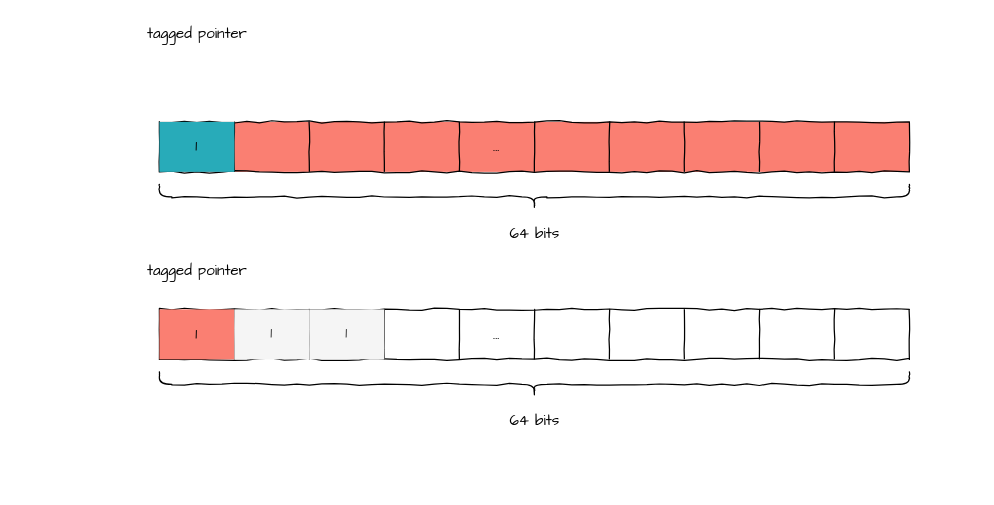
Earlier version of the draw.io diagram tagged_pointer.drawio (silan-liu/drawio). Source tidied: cells renumbered, new cells numbered last; positions are measured from the earlier drawing's top-left corner, leaving out a move shared by most shapes. Both pictures are drawn from the tidied source at 125%, with x=0, y=0 at pixel (134, 21).
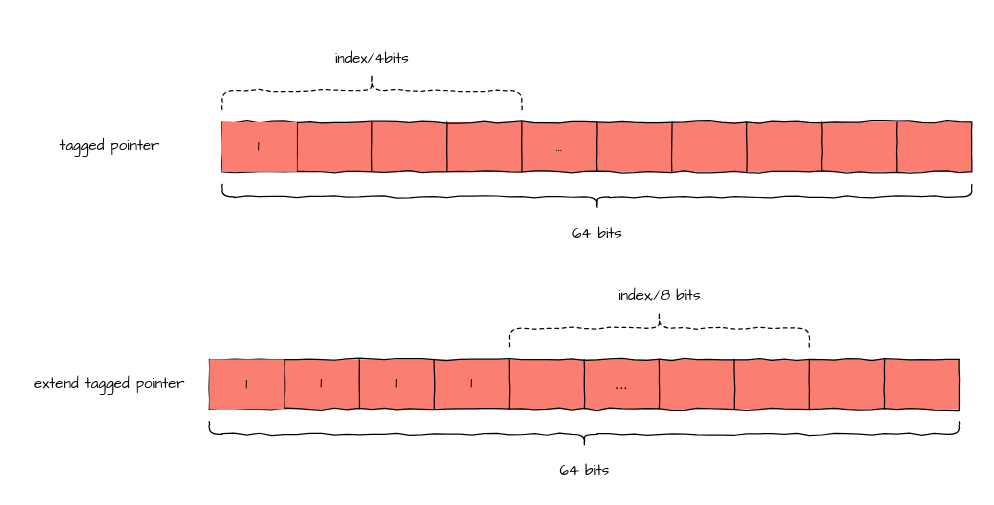
The same page after the edit.

Unchanged cells that the change refers to:
```xml
<mxCell id="3" style="shape=partialRectangle;html=1;whiteSpace=wrap;fillColor=none;top=0;left=0;bottom=0;right=0;" parent="2" vertex="1">
  <mxGeometry width="600" height="40" as="geometry" />
</mxCell>
```

Change to the diagram source:
```diff
@@
     <mxCell id="2" style="shape=table;html=1;whiteSpace=wrap;startSize=0;childLayout=tableLayout;comic=1;fontFamily=Architects Daughter;fillColor=#FA7F72;" parent="1" vertex="1">
-      <mxGeometry x="20" y="80" width="600" height="40" as="geometry" />
+      <mxGeometry x="70" y="80" width="600" height="40" as="geometry" />
     </mxCell>
@@
-    <mxCell id="4" value="&lt;font face=&quot;Architects Daughter&quot;&gt;1&lt;/font&gt;" style="shape=partialRectangle;html=1;whiteSpace=wrap;overflow=hidden;top=0;left=0;bottom=0;right=0;fixDash=0;fillColor=#28ABB9;" parent="3" vertex="1">
+    <mxCell id="4" value="&lt;font face=&quot;Architects Daughter&quot;&gt;1&lt;/font&gt;" style="shape=partialRectangle;html=1;whiteSpace=wrap;overflow=hidden;top=0;left=0;bottom=0;right=0;fillColor=#FA7F72;fixDash=0;" parent="3" vertex="1">
       <mxGeometry width="60" height="40" as="geometry" />
     </mxCell>
@@
     <mxCell id="14" value="tagged pointer" style="text;html=1;align=center;verticalAlign=middle;fontFamily=Architects Daughter;" parent="1" vertex="1">
-      <mxGeometry width="100" height="20" as="geometry" />
+      <mxGeometry x="-70" y="90" width="100" height="20" as="geometry" />
     </mxCell>
     <mxCell id="15" style="shape=curlyBracket;whiteSpace=wrap;html=1;rounded=1;comic=1;fillColor=#FA7F72;fontFamily=Architects Daughter;direction=north;" parent="1" vertex="1">
-      <mxGeometry x="20" y="130" width="600" height="20" as="geometry" />
+      <mxGeometry x="70" y="130" width="600" height="20" as="geometry" />
     </mxCell>
     <mxCell id="16" value="64 bits" style="text;html=1;align=center;verticalAlign=middle;fontFamily=Architects Daughter;" parent="1" vertex="1">
-      <mxGeometry x="290" y="160" width="60" height="20" as="geometry" />
+      <mxGeometry x="340" y="160" width="60" height="20" as="geometry" />
     </mxCell>
-    <mxCell id="17" style="shape=table;html=1;whiteSpace=wrap;startSize=0;childLayout=tableLayout;comic=1;fontFamily=Architects Daughter;" parent="1" vertex="1">
-      <mxGeometry x="20" y="230" width="600" height="40" as="geometry" />
-    </mxCell>
+    <mxCell id="29" value="extend tagged pointer" style="text;html=1;align=center;verticalAlign=middle;fontFamily=Architects Daughter;" parent="1" vertex="1">
+      <mxGeometry x="-90" y="280" width="140" height="20" as="geometry" />
+    </mxCell>
+    <mxCell id="32" style="shape=curlyBracket;whiteSpace=wrap;html=1;rounded=1;dashed=1;comic=1;fillColor=#28ABB9;fontFamily=Architects Daughter;direction=south;" parent="1" vertex="1">
+      <mxGeometry x="70" y="40" width="240" height="30" as="geometry" />
+    </mxCell>
+    <mxCell id="33" value="index/4bits" style="text;html=1;align=center;verticalAlign=middle;fontFamily=Architects Daughter;" parent="1" vertex="1">
+      <mxGeometry x="155" y="20" width="70" height="20" as="geometry" />
+    </mxCell>
+    <mxCell id="34" style="shape=table;html=1;whiteSpace=wrap;startSize=0;childLayout=tableLayout;comic=1;fontFamily=Architects Daughter;fillColor=#FA7F72;" parent="1" vertex="1">
+      <mxGeometry x="60" y="270" width="600" height="40" as="geometry" />
+    </mxCell>
-    <mxCell id="18" style="shape=partialRectangle;html=1;whiteSpace=wrap;fillColor=none;top=0;left=0;bottom=0;right=0;" parent="17" vertex="1">
+    <mxCell id="18" style="shape=partialRectangle;html=1;whiteSpace=wrap;fillColor=none;top=0;left=0;bottom=0;right=0;" parent="34" vertex="1">
       <mxGeometry width="600" height="40" as="geometry" />
     </mxCell>
@@
-    <mxCell id="20" value="1" style="shape=partialRectangle;html=1;whiteSpace=wrap;overflow=hidden;top=0;left=0;bottom=0;right=0;fontFamily=Architects Daughter;fillColor=#f5f5f5;comic=1;strokeColor=#666666;fontColor=#333333;" parent="18" vertex="1">
-      <mxGeometry x="60" width="60" height="40" as="geometry" />
-    </mxCell>
-    <mxCell id="21" value="1" style="shape=partialRectangle;html=1;whiteSpace=wrap;overflow=hidden;fillColor=#f5f5f5;top=0;left=0;bottom=0;right=0;fontFamily=Architects Daughter;strokeColor=#666666;fontColor=#333333;" parent="18" vertex="1">
-      <mxGeometry x="120" width="60" height="40" as="geometry" />
-    </mxCell>
-    <mxCell id="22" style="shape=partialRectangle;html=1;whiteSpace=wrap;overflow=hidden;fillColor=none;top=0;left=0;bottom=0;right=0;fontFamily=Architects Daughter;" parent="18" vertex="1">
-      <mxGeometry x="180" width="60" height="40" as="geometry" />
-    </mxCell>
+    <mxCell id="35" value="1" style="shape=partialRectangle;html=1;whiteSpace=wrap;overflow=hidden;fillColor=none;top=0;left=0;bottom=0;right=0;fontFamily=Architects Daughter;" parent="18" vertex="1">
+      <mxGeometry x="60" width="60" height="40" as="geometry" />
+    </mxCell>
+    <mxCell id="36" value="1" style="shape=partialRectangle;html=1;whiteSpace=wrap;overflow=hidden;fillColor=none;top=0;left=0;bottom=0;right=0;fontFamily=Architects Daughter;" parent="18" vertex="1">
+      <mxGeometry x="120" width="60" height="40" as="geometry" />
+    </mxCell>
+    <mxCell id="37" value="1" style="shape=partialRectangle;html=1;whiteSpace=wrap;overflow=hidden;fillColor=none;top=0;left=0;bottom=0;right=0;fontFamily=Architects Daughter;" parent="18" vertex="1">
+      <mxGeometry x="180" width="60" height="40" as="geometry" />
+    </mxCell>
+    <mxCell id="38" style="shape=partialRectangle;html=1;whiteSpace=wrap;overflow=hidden;fillColor=none;top=0;left=0;bottom=0;right=0;" parent="18" vertex="1">
+      <mxGeometry x="240" width="60" height="40" as="geometry" />
+    </mxCell>
-    <mxCell id="23" value="&lt;font face=&quot;Architects Daughter&quot;&gt;...&lt;/font&gt;" style="shape=partialRectangle;html=1;whiteSpace=wrap;overflow=hidden;fillColor=none;top=0;left=0;bottom=0;right=0;" parent="18" vertex="1">
-      <mxGeometry x="240" width="60" height="40" as="geometry" />
+    <mxCell id="23" value="..." style="shape=partialRectangle;html=1;whiteSpace=wrap;overflow=hidden;fillColor=none;top=0;left=0;bottom=0;right=0;" parent="18" vertex="1">
+      <mxGeometry x="300" width="60" height="40" as="geometry" />
     </mxCell>
-    <mxCell id="24" style="shape=partialRectangle;html=1;whiteSpace=wrap;overflow=hidden;fillColor=none;top=0;left=0;bottom=0;right=0;" parent="18" vertex="1">
-      <mxGeometry x="300" width="60" height="40" as="geometry" />
-    </mxCell>
@@
-    <mxCell id="29" value="tagged pointer" style="text;html=1;align=center;verticalAlign=middle;fontFamily=Architects Daughter;" parent="1" vertex="1">
-      <mxGeometry y="190" width="100" height="20" as="geometry" />
-    </mxCell>
-    <mxCell id="30" style="shape=curlyBracket;whiteSpace=wrap;html=1;rounded=1;comic=1;fillColor=#FA7F72;fontFamily=Architects Daughter;direction=north;" parent="1" vertex="1">
-      <mxGeometry x="20" y="280" width="600" height="20" as="geometry" />
-    </mxCell>
+    <mxCell id="39" style="shape=curlyBracket;whiteSpace=wrap;html=1;rounded=1;comic=1;fillColor=#FA7F72;fontFamily=Architects Daughter;direction=north;" parent="1" vertex="1">
+      <mxGeometry x="60" y="320" width="600" height="20" as="geometry" />
+    </mxCell>
     <mxCell id="31" value="64 bits" style="text;html=1;align=center;verticalAlign=middle;fontFamily=Architects Daughter;" parent="1" vertex="1">
-      <mxGeometry x="290" y="310" width="60" height="20" as="geometry" />
+      <mxGeometry x="330" y="350" width="60" height="20" as="geometry" />
     </mxCell>
+    <mxCell id="40" style="shape=curlyBracket;whiteSpace=wrap;html=1;rounded=1;dashed=1;comic=1;fillColor=#28ABB9;fontFamily=Architects Daughter;direction=south;" parent="1" vertex="1">
+      <mxGeometry x="300" y="230" width="240" height="30" as="geometry" />
+    </mxCell>
+    <mxCell id="41" value="index,/8 bits" style="text;html=1;align=center;verticalAlign=middle;fontFamily=Architects Daughter;" parent="1" vertex="1">
+      <mxGeometry x="380" y="210" width="80" height="20" as="geometry" />
+    </mxCell>
```
